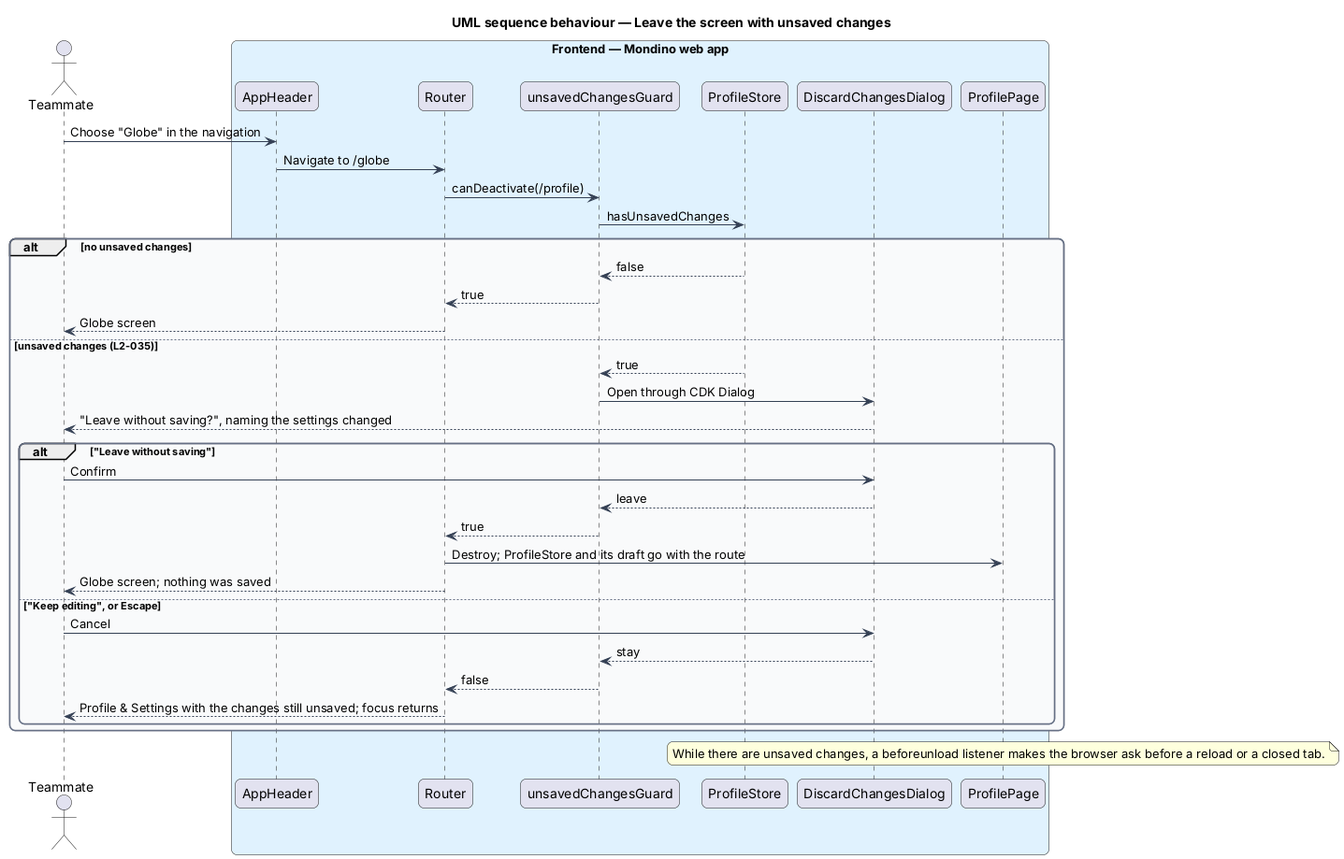
This is docs/detailed-designs/profile/choose-display-and-sharing/diagrams/sequence-leave-with-unsaved-changes.png from QuinntyneBrown/Mondino, a PlantUML export, as it was before one commit. Its source is kept beside it as docs/detailed-designs/profile/choose-display-and-sharing/diagrams/sequence-leave-with-unsaved-changes.puml.
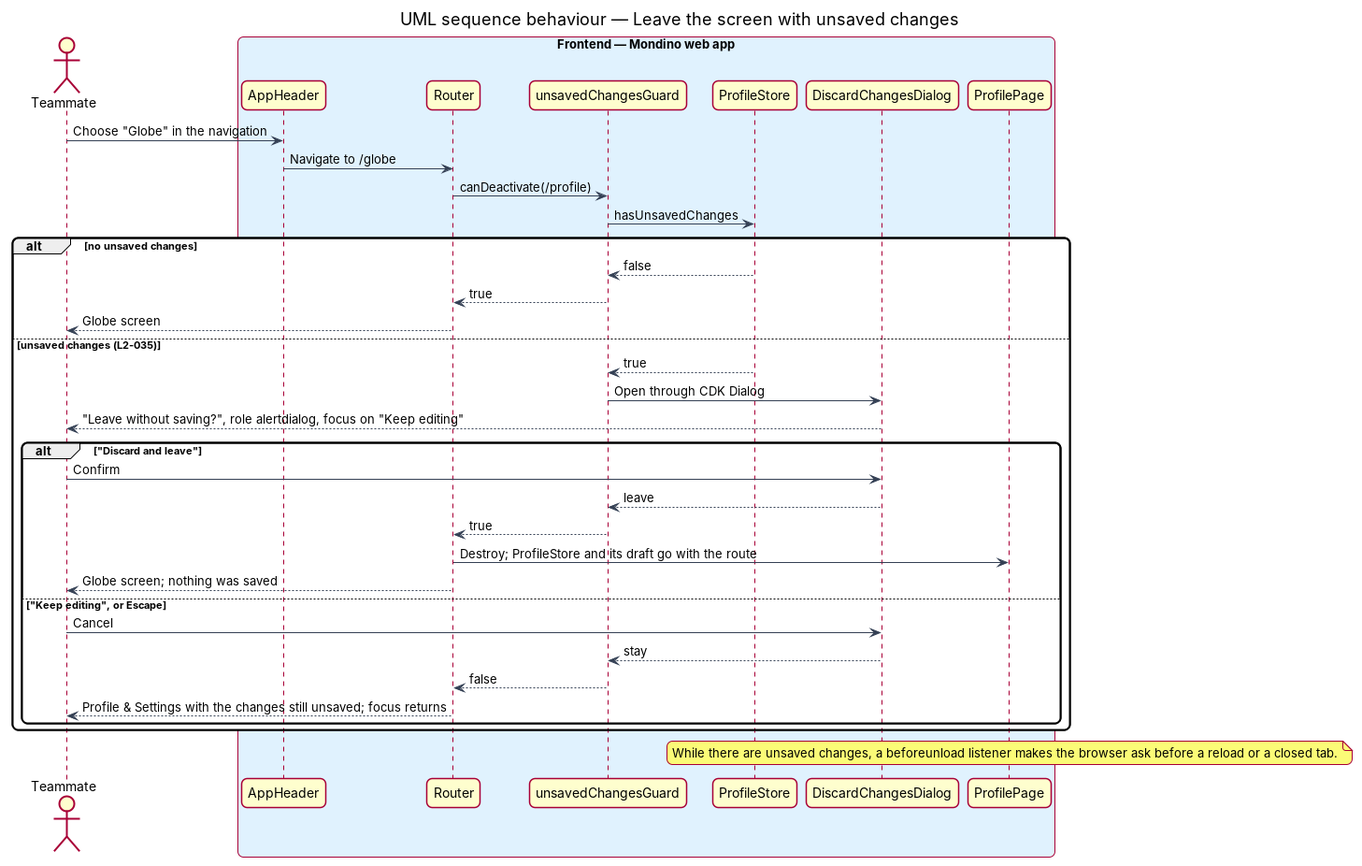
Later version of the same file.

Diff of the diagram source:
```diff
@@ -34,8 +34,8 @@
 else unsaved changes (L2-035)
   store --> guard : true
   guard -> dialog : Open through CDK Dialog
-  dialog --> actor : "Leave without saving?", naming the settings changed
-  alt "Leave without saving"
+  dialog --> actor : "Leave without saving?", role alertdialog, focus on "Keep editing"
+  alt "Discard and leave"
     actor -> dialog : Confirm
     dialog --> guard : leave
     guard --> router : true
```
